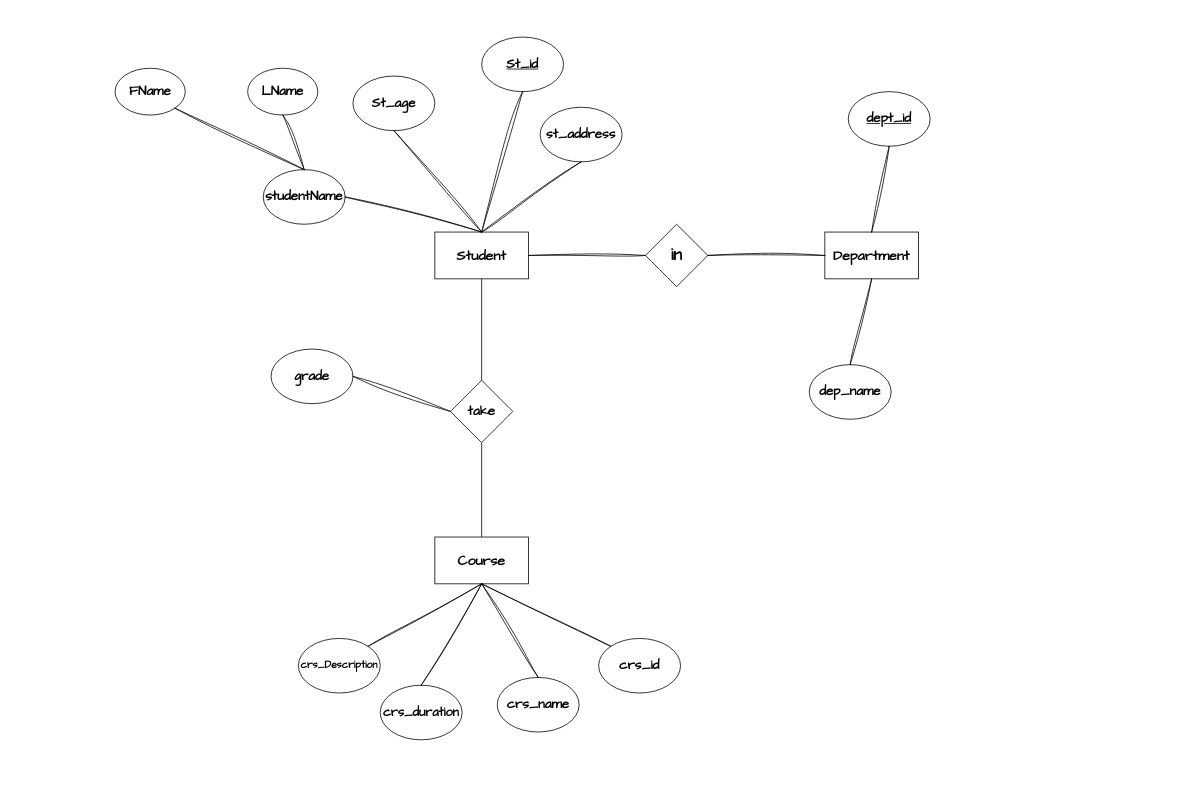
Before: Erd1.drawio in you22ef/ERDs, a draw.io diagram. Source tidied: cells renumbered, new cells numbered last; positions are measured from the earlier drawing's top-left corner, leaving out a move shared by most shapes. Both pictures are drawn from the tidied source at 78%, with x=0, y=0 at pixel (115, 37).
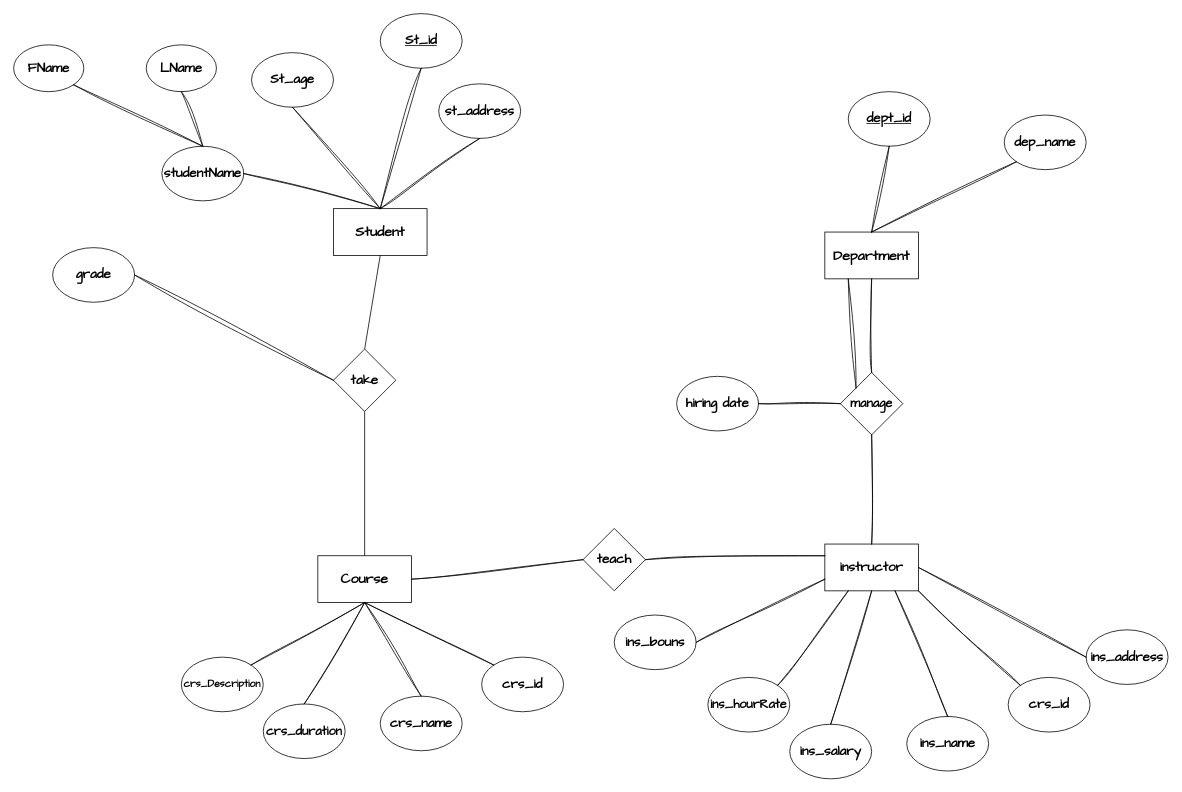
Above is the later version.

The change refers to these unchanged cells:
```xml
<mxCell id="3" value="&lt;font face=&quot;Architects Daughter&quot; style=&quot;font-size: 18px;&quot;&gt;&lt;b&gt;Department&lt;/b&gt;&lt;/font&gt;" style="rounded=0;whiteSpace=wrap;html=1;" parent="1" vertex="1">
  <mxGeometry x="910" y="250" width="120" height="60" as="geometry" />
</mxCell>
```

Change to the diagram source:
```diff
@@
     <mxCell id="2" value="&lt;font face=&quot;Architects Daughter&quot; style=&quot;font-size: 18px;&quot;&gt;&lt;b&gt;Student&lt;/b&gt;&lt;/font&gt;" style="rounded=0;whiteSpace=wrap;html=1;" parent="1" vertex="1">
-      <mxGeometry x="410" y="250" width="120" height="60" as="geometry" />
+      <mxGeometry x="280" y="220" width="120" height="60" as="geometry" />
     </mxCell>
@@
     <mxCell id="4" value="&lt;font face=&quot;Architects Daughter&quot; style=&quot;font-size: 17px;&quot;&gt;&lt;b&gt;&lt;u&gt;St_id&lt;/u&gt;&lt;/b&gt;&lt;/font&gt;" style="ellipse;whiteSpace=wrap;html=1;" parent="1" vertex="1">
-      <mxGeometry x="470" width="105" height="70" as="geometry" />
+      <mxGeometry x="340" y="-30" width="105" height="70" as="geometry" />
     </mxCell>
@@
     <mxCell id="6" value="&lt;span id=&quot;docs-internal-guid-c1091824-7fff-c988-b4a2-2d547d7a1708&quot;&gt;&lt;span style=&quot;background-color: transparent; font-variant-numeric: normal; font-variant-east-asian: normal; font-variant-alternates: normal; font-variant-position: normal; vertical-align: baseline; white-space-collapse: preserve;&quot;&gt;&lt;font style=&quot;font-size: 17px;&quot; face=&quot;Architects Daughter&quot;&gt;&lt;b&gt;studentName&lt;/b&gt;&lt;/font&gt;&lt;/span&gt;&lt;/span&gt;" style="ellipse;whiteSpace=wrap;html=1;" parent="1" vertex="1">
-      <mxGeometry x="190" y="170" width="105" height="70" as="geometry" />
+      <mxGeometry x="60" y="140" width="105" height="70" as="geometry" />
     </mxCell>
@@
     <mxCell id="8" value="&lt;span id=&quot;docs-internal-guid-c1091824-7fff-c988-b4a2-2d547d7a1708&quot;&gt;&lt;span style=&quot;background-color: transparent; font-variant-numeric: normal; font-variant-east-asian: normal; font-variant-alternates: normal; font-variant-position: normal; vertical-align: baseline; white-space-collapse: preserve;&quot;&gt;&lt;font style=&quot;font-size: 17px;&quot; face=&quot;Architects Daughter&quot;&gt;&lt;b&gt;FName&lt;/b&gt;&lt;/font&gt;&lt;/span&gt;&lt;/span&gt;" style="ellipse;whiteSpace=wrap;html=1;" parent="1" vertex="1">
-      <mxGeometry y="40" width="90" height="60" as="geometry" />
+      <mxGeometry x="-130" y="10" width="90" height="60" as="geometry" />
     </mxCell>
     <mxCell id="9" value="&lt;span id=&quot;docs-internal-guid-c1091824-7fff-c988-b4a2-2d547d7a1708&quot;&gt;&lt;span style=&quot;background-color: transparent; font-variant-numeric: normal; font-variant-east-asian: normal; font-variant-alternates: normal; font-variant-position: normal; vertical-align: baseline; white-space-collapse: preserve;&quot;&gt;&lt;font style=&quot;font-size: 17px;&quot; face=&quot;Architects Daughter&quot;&gt;&lt;b&gt;LName&lt;/b&gt;&lt;/font&gt;&lt;/span&gt;&lt;/span&gt;" style="ellipse;whiteSpace=wrap;html=1;" parent="1" vertex="1">
-      <mxGeometry x="170" y="40" width="90" height="60" as="geometry" />
+      <mxGeometry x="40" y="10" width="90" height="60" as="geometry" />
     </mxCell>
@@
     <mxCell id="12" value="&lt;font face=&quot;Architects Daughter&quot; style=&quot;font-size: 17px;&quot;&gt;&lt;b&gt;St_age&lt;/b&gt;&lt;/font&gt;" style="ellipse;whiteSpace=wrap;html=1;" parent="1" vertex="1">
-      <mxGeometry x="305" y="50" width="105" height="70" as="geometry" />
+      <mxGeometry x="175" y="20" width="105" height="70" as="geometry" />
     </mxCell>
     <mxCell id="13" value="&lt;span id=&quot;docs-internal-guid-c1091824-7fff-c988-b4a2-2d547d7a1708&quot;&gt;&lt;span style=&quot;background-color: transparent; font-variant-numeric: normal; font-variant-east-asian: normal; font-variant-alternates: normal; font-variant-position: normal; vertical-align: baseline; white-space-collapse: preserve;&quot;&gt;&lt;font style=&quot;font-size: 17px;&quot; face=&quot;Architects Daughter&quot;&gt;&lt;b&gt;st_address&lt;/b&gt;&lt;/font&gt;&lt;/span&gt;&lt;/span&gt;" style="ellipse;whiteSpace=wrap;html=1;" parent="1" vertex="1">
-      <mxGeometry x="545" y="90" width="105" height="70" as="geometry" />
+      <mxGeometry x="415" y="60" width="105" height="70" as="geometry" />
     </mxCell>
@@
     <mxCell id="17" value="&lt;span id=&quot;docs-internal-guid-887ece5b-7fff-2531-cd6d-e7d68904abee&quot;&gt;&lt;span style=&quot;background-color: transparent; font-variant-numeric: normal; font-variant-east-asian: normal; font-variant-alternates: normal; font-variant-position: normal; vertical-align: baseline; white-space-collapse: preserve;&quot;&gt;&lt;font face=&quot;Architects Daughter&quot; style=&quot;font-size: 17px;&quot;&gt;&lt;b&gt;dep_name&lt;/b&gt;&lt;/font&gt;&lt;/span&gt;&lt;/span&gt;" style="ellipse;whiteSpace=wrap;html=1;" parent="1" vertex="1">
-      <mxGeometry x="890" y="420" width="105" height="70" as="geometry" />
+      <mxGeometry x="1140" y="100" width="105" height="70" as="geometry" />
     </mxCell>
@@
-    <mxCell id="19" style="endArrow=none;html=1;rounded=0;entryX=0.5;entryY=1;entryDx=0;entryDy=0;exitX=0.5;exitY=0;exitDx=0;exitDy=0;sketch=1;curveFitting=1;jiggle=2;" parent="1" edge="1" source="17" target="3">
+    <mxCell id="19" style="endArrow=none;html=1;rounded=0;entryX=0.5;entryY=0;entryDx=0;entryDy=0;exitX=0;exitY=1;exitDx=0;exitDy=0;sketch=1;curveFitting=1;jiggle=2;" parent="1" edge="1" source="17" target="3">
       <mxGeometry relative="1" as="geometry" />
     </mxCell>
-    <mxCell id="20" value="&lt;font size=&quot;1&quot; face=&quot;Architects Daughter&quot; style=&quot;&quot;&gt;&lt;b style=&quot;font-size: 22px;&quot;&gt;in&lt;/b&gt;&lt;/font&gt;" style="rhombus;whiteSpace=wrap;html=1;" parent="1" vertex="1">
-      <mxGeometry x="680" y="240" width="80" height="80" as="geometry" />
-    </mxCell>
-    <mxCell id="21" style="endArrow=none;html=1;rounded=0;entryX=1;entryY=0.5;entryDx=0;entryDy=0;exitX=0;exitY=0.5;exitDx=0;exitDy=0;sketch=1;curveFitting=1;jiggle=2;" parent="1" edge="1" source="20" target="2">
-      <mxGeometry relative="1" as="geometry" />
-    </mxCell>
-    <mxCell id="22" style="endArrow=none;html=1;rounded=0;entryX=1;entryY=0.5;entryDx=0;entryDy=0;exitX=0;exitY=0.5;exitDx=0;exitDy=0;sketch=1;curveFitting=1;jiggle=2;" parent="1" edge="1" source="3" target="20">
-      <mxGeometry relative="1" as="geometry" />
-    </mxCell>
     <mxCell id="23" value="&lt;font face=&quot;Architects Daughter&quot; style=&quot;font-size: 18px;&quot;&gt;&lt;b&gt;Course&lt;/b&gt;&lt;/font&gt;" style="rounded=0;whiteSpace=wrap;html=1;" parent="1" vertex="1">
-      <mxGeometry x="410" y="641" width="120" height="60" as="geometry" />
+      <mxGeometry x="260" y="665" width="120" height="60" as="geometry" />
     </mxCell>
     <mxCell id="24" value="&lt;span id=&quot;docs-internal-guid-43af0681-7fff-e2c8-2b23-7273ec991136&quot;&gt;&lt;span style=&quot;background-color: transparent; font-variant-numeric: normal; font-variant-east-asian: normal; font-variant-alternates: normal; font-variant-position: normal; vertical-align: baseline; white-space-collapse: preserve;&quot;&gt;&lt;font face=&quot;Architects Daughter&quot; style=&quot;font-size: 17px;&quot;&gt;&lt;b&gt;crs_id&lt;/b&gt;&lt;/font&gt;&lt;/span&gt;&lt;/span&gt;" style="ellipse;whiteSpace=wrap;html=1;" parent="1" vertex="1">
-      <mxGeometry x="620" y="771" width="105" height="70" as="geometry" />
+      <mxGeometry x="470" y="795" width="105" height="70" as="geometry" />
     </mxCell>
     <mxCell id="25" value="&lt;span id=&quot;docs-internal-guid-01ee29d6-7fff-484d-0e62-19239c2329ea&quot;&gt;&lt;span style=&quot;background-color: transparent; font-variant-numeric: normal; font-variant-east-asian: normal; font-variant-alternates: normal; font-variant-position: normal; vertical-align: baseline; white-space-collapse: preserve;&quot;&gt;&lt;font face=&quot;Architects Daughter&quot; style=&quot;font-size: 17px;&quot;&gt;&lt;b&gt;crs_name&lt;/b&gt;&lt;/font&gt;&lt;/span&gt;&lt;/span&gt;" style="ellipse;whiteSpace=wrap;html=1;" parent="1" vertex="1">
-      <mxGeometry x="490" y="821" width="105" height="70" as="geometry" />
+      <mxGeometry x="340" y="845" width="105" height="70" as="geometry" />
     </mxCell>
     <mxCell id="26" value="&lt;span id=&quot;docs-internal-guid-2c935f62-7fff-73f3-4a3a-77eb24b86415&quot;&gt;&lt;span style=&quot;background-color: transparent; font-variant-numeric: normal; font-variant-east-asian: normal; font-variant-alternates: normal; font-variant-position: normal; vertical-align: baseline; white-space-collapse: preserve;&quot;&gt;&lt;font size=&quot;1&quot; face=&quot;Architects Daughter&quot; style=&quot;&quot;&gt;&lt;b style=&quot;font-size: 16px;&quot;&gt;crs_duration&lt;/b&gt;&lt;/font&gt;&lt;/span&gt;&lt;/span&gt;" style="ellipse;whiteSpace=wrap;html=1;" parent="1" vertex="1">
-      <mxGeometry x="340" y="831" width="105" height="70" as="geometry" />
+      <mxGeometry x="190" y="855" width="105" height="70" as="geometry" />
     </mxCell>
     <mxCell id="27" value="&lt;span id=&quot;docs-internal-guid-6670893b-7fff-c61d-ac6f-b78a9d260510&quot;&gt;&lt;span style=&quot;background-color: transparent; font-variant-numeric: normal; font-variant-east-asian: normal; font-variant-alternates: normal; font-variant-position: normal; vertical-align: baseline; white-space-collapse: preserve;&quot;&gt;&lt;font size=&quot;1&quot; face=&quot;Architects Daughter&quot; style=&quot;&quot;&gt;&lt;b style=&quot;font-size: 13px;&quot;&gt;crs_Description&lt;/b&gt;&lt;/font&gt;&lt;/span&gt;&lt;/span&gt;" style="ellipse;whiteSpace=wrap;html=1;" parent="1" vertex="1">
-      <mxGeometry x="235" y="771" width="105" height="70" as="geometry" />
+      <mxGeometry x="85" y="795" width="105" height="70" as="geometry" />
     </mxCell>
@@
     <mxCell id="29" style="endArrow=none;html=1;rounded=0;exitX=0.5;exitY=0;exitDx=0;exitDy=0;sketch=1;curveFitting=1;jiggle=2;" parent="1" edge="1" source="26">
       <mxGeometry relative="1" as="geometry">
-        <mxPoint x="470" y="701" as="targetPoint" />
+        <mxPoint x="320" y="725" as="targetPoint" />
       </mxGeometry>
     </mxCell>
@@
     <mxCell id="32" value="&lt;font face=&quot;Architects Daughter&quot; style=&quot;font-size: 17px;&quot;&gt;&lt;b&gt;take&lt;/b&gt;&lt;/font&gt;" style="rhombus;whiteSpace=wrap;html=1;" parent="1" vertex="1">
-      <mxGeometry x="430" y="440" width="80" height="80" as="geometry" />
+      <mxGeometry x="280" y="400" width="80" height="80" as="geometry" />
     </mxCell>
@@
     <mxCell id="35" value="&lt;font face=&quot;Architects Daughter&quot; style=&quot;font-size: 17px;&quot;&gt;&lt;b&gt;grade&lt;/b&gt;&lt;/font&gt;" style="ellipse;whiteSpace=wrap;html=1;" parent="1" vertex="1">
-      <mxGeometry x="200" y="400" width="105" height="70" as="geometry" />
+      <mxGeometry x="-80" y="270" width="105" height="70" as="geometry" />
     </mxCell>
@@
+    <mxCell id="37" value="&lt;font face=&quot;Architects Daughter&quot; style=&quot;font-size: 17px;&quot;&gt;&lt;b&gt;instructor&lt;/b&gt;&lt;/font&gt;" style="rounded=0;whiteSpace=wrap;html=1;" parent="1" vertex="1">
+      <mxGeometry x="910" y="650" width="120" height="60" as="geometry" />
+    </mxCell>
+    <mxCell id="38" value="&lt;span id=&quot;docs-internal-guid-43af0681-7fff-e2c8-2b23-7273ec991136&quot;&gt;&lt;span style=&quot;background-color: transparent; font-variant-numeric: normal; font-variant-east-asian: normal; font-variant-alternates: normal; font-variant-position: normal; vertical-align: baseline; white-space-collapse: preserve;&quot;&gt;&lt;font face=&quot;Architects Daughter&quot; style=&quot;font-size: 17px;&quot;&gt;&lt;b&gt;crs_id&lt;/b&gt;&lt;/font&gt;&lt;/span&gt;&lt;/span&gt;" style="ellipse;whiteSpace=wrap;html=1;" parent="1" vertex="1">
+      <mxGeometry x="1145" y="821" width="105" height="70" as="geometry" />
+    </mxCell>
+    <mxCell id="39" value="&lt;span id=&quot;docs-internal-guid-5c3fe531-7fff-c0d1-a7ba-443e3d9e94f5&quot;&gt;&lt;span style=&quot;background-color: transparent; font-variant-numeric: normal; font-variant-east-asian: normal; font-variant-alternates: normal; font-variant-position: normal; vertical-align: baseline; white-space-collapse: preserve;&quot;&gt;&lt;font face=&quot;Architects Daughter&quot; style=&quot;font-size: 17px;&quot;&gt;&lt;b&gt;ins_name&lt;/b&gt;&lt;/font&gt;&lt;/span&gt;&lt;/span&gt;" style="ellipse;whiteSpace=wrap;html=1;" parent="1" vertex="1">
+      <mxGeometry x="1015" y="871" width="105" height="70" as="geometry" />
+    </mxCell>
+    <mxCell id="40" value="&lt;span id=&quot;docs-internal-guid-09a0e237-7fff-f44f-eb17-89f87bf53097&quot;&gt;&lt;span style=&quot;background-color: transparent; font-variant-numeric: normal; font-variant-east-asian: normal; font-variant-alternates: normal; font-variant-position: normal; vertical-align: baseline; white-space-collapse: preserve;&quot;&gt;&lt;font face=&quot;Architects Daughter&quot; style=&quot;font-size: 17px;&quot;&gt;&lt;b&gt;ins_salary&lt;/b&gt;&lt;/font&gt;&lt;/span&gt;&lt;/span&gt;" style="ellipse;whiteSpace=wrap;html=1;" parent="1" vertex="1">
+      <mxGeometry x="865" y="881" width="105" height="70" as="geometry" />
+    </mxCell>
+    <mxCell id="41" value="&lt;span id=&quot;docs-internal-guid-5cb2792e-7fff-752d-8ceb-57f6afc7e692&quot;&gt;&lt;span style=&quot;background-color: transparent; font-variant-numeric: normal; font-variant-east-asian: normal; font-variant-alternates: normal; font-variant-position: normal; vertical-align: baseline; white-space-collapse: preserve;&quot;&gt;&lt;font size=&quot;1&quot; face=&quot;Architects Daughter&quot; style=&quot;&quot;&gt;&lt;b style=&quot;font-size: 16px;&quot;&gt;ins_hourRate&lt;/b&gt;&lt;/font&gt;&lt;/span&gt;&lt;/span&gt;" style="ellipse;whiteSpace=wrap;html=1;" parent="1" vertex="1">
+      <mxGeometry x="760" y="821" width="105" height="70" as="geometry" />
+    </mxCell>
+    <mxCell id="42" value="&lt;span id=&quot;docs-internal-guid-0b479965-7fff-5143-f25b-c6a6366c7ddf&quot;&gt;&lt;span style=&quot;background-color: transparent; font-variant-numeric: normal; font-variant-east-asian: normal; font-variant-alternates: normal; font-variant-position: normal; vertical-align: baseline; white-space-collapse: preserve;&quot;&gt;&lt;font face=&quot;Architects Daughter&quot; style=&quot;font-size: 17px;&quot;&gt;&lt;b style=&quot;&quot;&gt;ins_address&lt;/b&gt;&lt;/font&gt;&lt;/span&gt;&lt;/span&gt;" style="ellipse;whiteSpace=wrap;html=1;" parent="1" vertex="1">
+      <mxGeometry x="1245" y="760" width="105" height="70" as="geometry" />
+    </mxCell>
+    <mxCell id="43" value="&lt;font face=&quot;Architects Daughter&quot; style=&quot;font-size: 17px;&quot;&gt;&lt;b&gt;&lt;span id=&quot;docs-internal-guid-303cedb4-7fff-a86f-e177-6942cfb34858&quot; style=&quot;&quot;&gt;&lt;span style=&quot;color: rgb(0, 0, 0); background-color: transparent; font-style: normal; font-variant: normal; text-decoration: none; vertical-align: baseline; white-space: pre-wrap;&quot;&gt;ins_bouns&lt;/span&gt;&lt;/span&gt;&lt;br&gt;&lt;/b&gt;&lt;/font&gt;" style="ellipse;whiteSpace=wrap;html=1;" parent="1" vertex="1">
+      <mxGeometry x="640" y="741" width="105" height="70" as="geometry" />
+    </mxCell>
+    <mxCell id="44" style="endArrow=none;html=1;rounded=0;entryX=0;entryY=0.75;entryDx=0;entryDy=0;exitX=1;exitY=0.5;exitDx=0;exitDy=0;sketch=1;curveFitting=1;jiggle=2;" parent="1" edge="1" source="43" target="37">
+      <mxGeometry relative="1" as="geometry" />
+    </mxCell>
+    <mxCell id="45" style="endArrow=none;html=1;rounded=0;entryX=0.25;entryY=1;entryDx=0;entryDy=0;exitX=1;exitY=0;exitDx=0;exitDy=0;sketch=1;curveFitting=1;jiggle=2;" parent="1" edge="1" source="41" target="37">
+      <mxGeometry relative="1" as="geometry" />
+    </mxCell>
+    <mxCell id="46" style="endArrow=none;html=1;rounded=0;entryX=0.5;entryY=1;entryDx=0;entryDy=0;exitX=0.5;exitY=0;exitDx=0;exitDy=0;sketch=1;curveFitting=1;jiggle=2;" parent="1" edge="1" source="40" target="37">
+      <mxGeometry relative="1" as="geometry" />
+    </mxCell>
+    <mxCell id="47" style="endArrow=none;html=1;rounded=0;entryX=0.75;entryY=1;entryDx=0;entryDy=0;exitX=0.5;exitY=0;exitDx=0;exitDy=0;sketch=1;curveFitting=1;jiggle=2;" parent="1" edge="1" source="39" target="37">
+      <mxGeometry relative="1" as="geometry" />
+    </mxCell>
+    <mxCell id="48" style="endArrow=none;html=1;rounded=0;entryX=1;entryY=1;entryDx=0;entryDy=0;exitX=0;exitY=0;exitDx=0;exitDy=0;sketch=1;curveFitting=1;jiggle=2;" parent="1" edge="1" source="38" target="37">
+      <mxGeometry relative="1" as="geometry" />
+    </mxCell>
+    <mxCell id="49" style="endArrow=none;html=1;rounded=0;entryX=1;entryY=0.5;entryDx=0;entryDy=0;exitX=0;exitY=0.5;exitDx=0;exitDy=0;sketch=1;curveFitting=1;jiggle=2;" parent="1" edge="1" source="42" target="37">
+      <mxGeometry relative="1" as="geometry" />
+    </mxCell>
+    <mxCell id="50" value="&lt;font size=&quot;1&quot; face=&quot;Architects Daughter&quot; style=&quot;&quot;&gt;&lt;b style=&quot;font-size: 16px;&quot;&gt;manage&lt;/b&gt;&lt;/font&gt;" style="rhombus;whiteSpace=wrap;html=1;" parent="1" vertex="1">
+      <mxGeometry x="930" y="430" width="80" height="80" as="geometry" />
+    </mxCell>
+    <mxCell id="51" style="endArrow=none;html=1;rounded=0;entryX=0.5;entryY=1;entryDx=0;entryDy=0;exitX=0.5;exitY=0;exitDx=0;exitDy=0;sketch=1;curveFitting=1;jiggle=2;" parent="1" edge="1" source="50" target="3">
+      <mxGeometry relative="1" as="geometry" />
+    </mxCell>
+    <mxCell id="52" style="endArrow=none;html=1;rounded=0;entryX=0.5;entryY=1;entryDx=0;entryDy=0;exitX=0.5;exitY=0;exitDx=0;exitDy=0;sketch=1;curveFitting=1;jiggle=2;" parent="1" edge="1" source="37" target="50">
+      <mxGeometry relative="1" as="geometry" />
+    </mxCell>
+    <mxCell id="53" style="endArrow=none;html=1;rounded=0;entryX=0.25;entryY=1;entryDx=0;entryDy=0;exitX=0;exitY=0;exitDx=0;exitDy=0;sketch=1;curveFitting=1;jiggle=2;" parent="1" edge="1" source="50" target="3">
+      <mxGeometry relative="1" as="geometry" />
+    </mxCell>
+    <mxCell id="54" value="&lt;span id=&quot;docs-internal-guid-887ece5b-7fff-2531-cd6d-e7d68904abee&quot;&gt;&lt;span style=&quot;background-color: transparent; font-variant-numeric: normal; font-variant-east-asian: normal; font-variant-alternates: normal; font-variant-position: normal; vertical-align: baseline; white-space-collapse: preserve;&quot;&gt;&lt;font face=&quot;Architects Daughter&quot; style=&quot;font-size: 17px;&quot;&gt;&lt;b&gt;hiring date&lt;/b&gt;&lt;/font&gt;&lt;/span&gt;&lt;/span&gt;" style="ellipse;whiteSpace=wrap;html=1;" parent="1" vertex="1">
+      <mxGeometry x="720" y="435" width="105" height="70" as="geometry" />
+    </mxCell>
+    <mxCell id="55" style="endArrow=none;html=1;rounded=0;entryX=0;entryY=0.5;entryDx=0;entryDy=0;exitX=1;exitY=0.5;exitDx=0;exitDy=0;sketch=1;curveFitting=1;jiggle=2;" parent="1" edge="1" source="54" target="50">
+      <mxGeometry relative="1" as="geometry" />
+    </mxCell>
+    <mxCell id="56" value="&lt;font face=&quot;Architects Daughter&quot; style=&quot;font-size: 17px;&quot;&gt;&lt;b&gt;teach&lt;/b&gt;&lt;/font&gt;" style="rhombus;whiteSpace=wrap;html=1;" parent="1" vertex="1">
+      <mxGeometry x="600" y="630" width="80" height="80" as="geometry" />
+    </mxCell>
+    <mxCell id="57" style="endArrow=none;html=1;rounded=0;entryX=0;entryY=0.25;entryDx=0;entryDy=0;exitX=1;exitY=0.5;exitDx=0;exitDy=0;sketch=1;curveFitting=1;jiggle=2;" parent="1" edge="1" source="56" target="37">
+      <mxGeometry relative="1" as="geometry" />
+    </mxCell>
+    <mxCell id="58" style="endArrow=none;html=1;rounded=0;entryX=0;entryY=0.5;entryDx=0;entryDy=0;exitX=1;exitY=0.5;exitDx=0;exitDy=0;sketch=1;curveFitting=1;jiggle=2;" parent="1" edge="1" source="23" target="56">
+      <mxGeometry relative="1" as="geometry" />
+    </mxCell>
```
